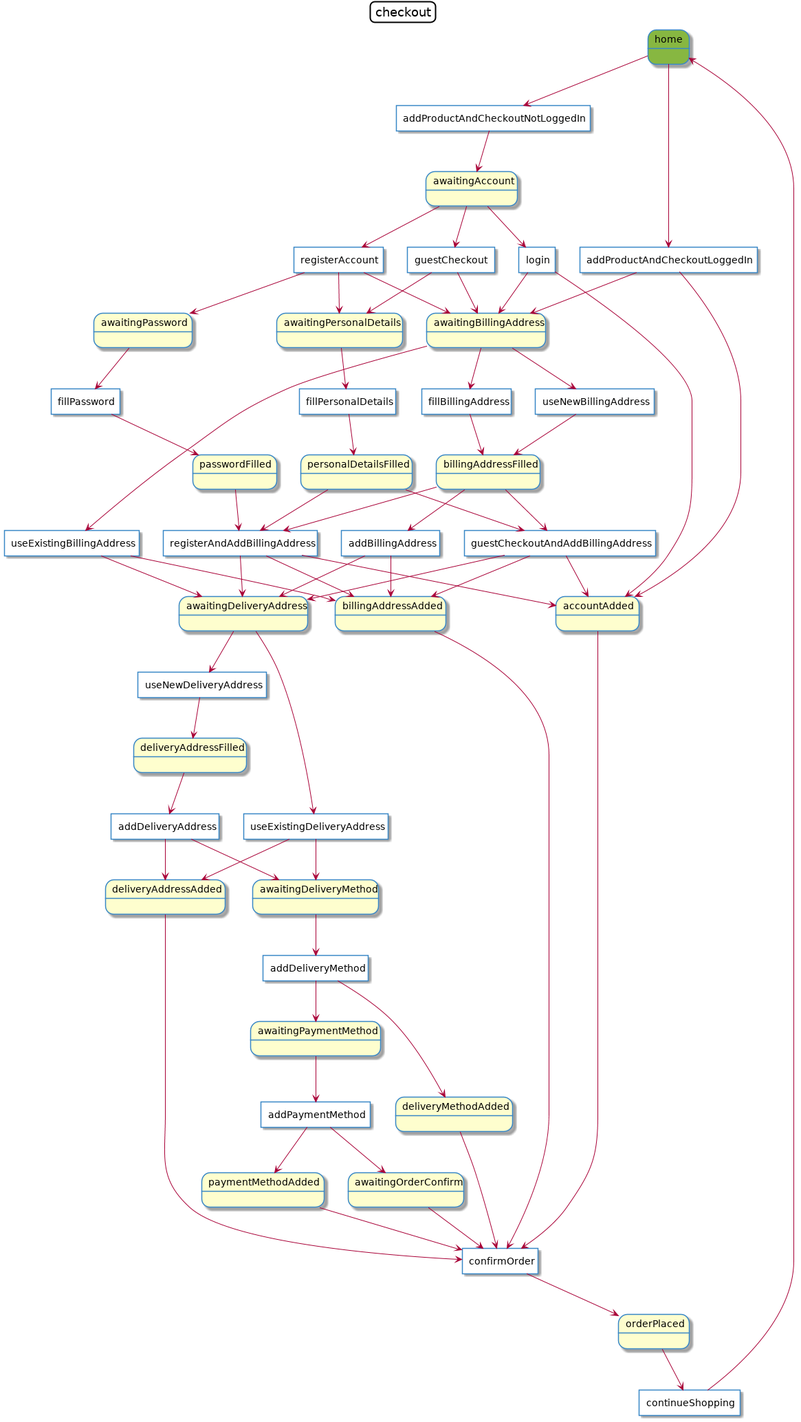
tienvx/mbt-bundle keeps this PlantUML diagram as tests/app/config/packages/test/models/checkout/checkout.puml.png. Above is the earlier version.
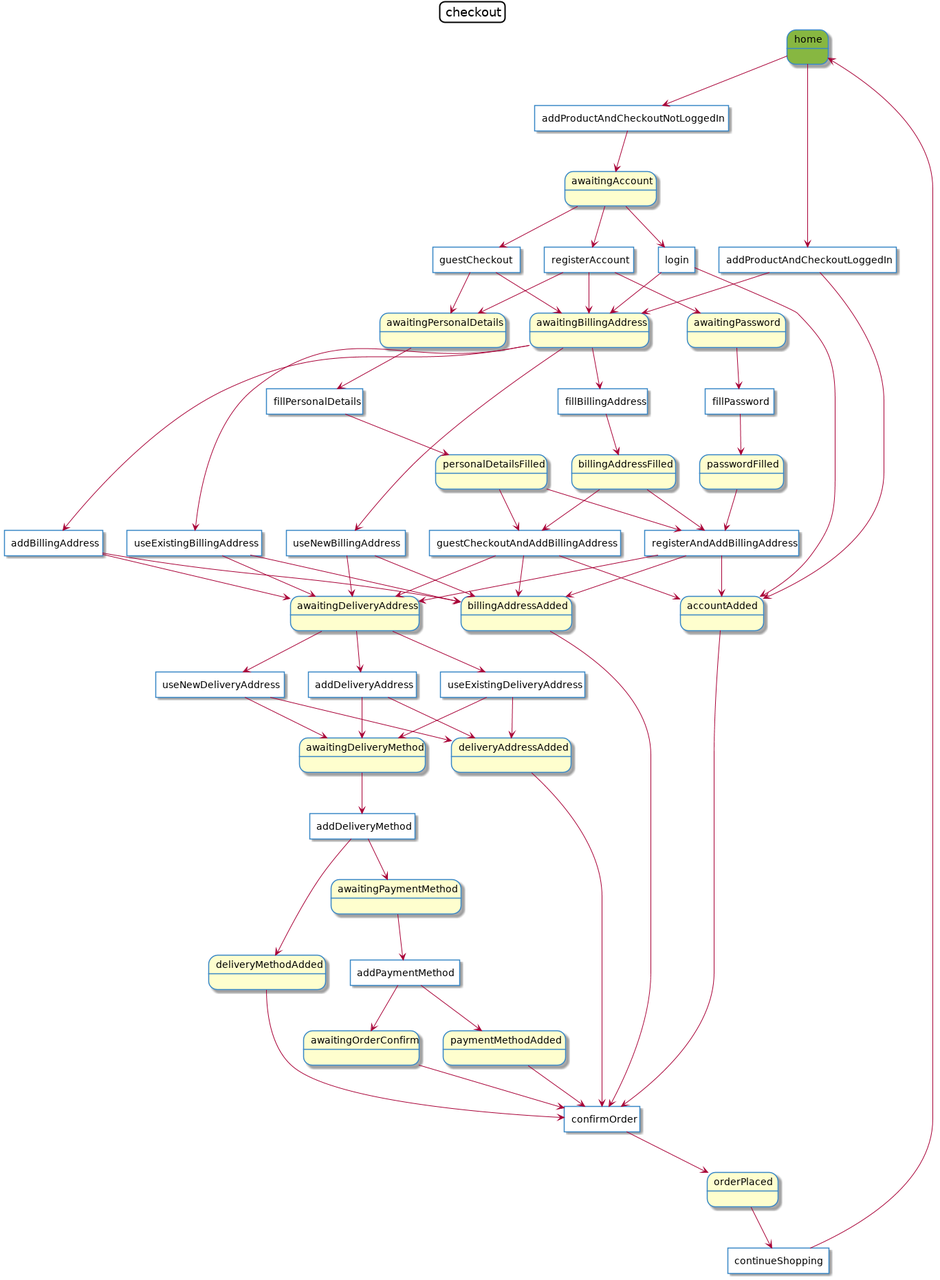
After the change.

Commit message:
Update checkout model

Diff of the diagram source:
```diff
@@ -20,7 +20,6 @@
 state "personalDetailsFilled"
 state "passwordFilled"
 state "billingAddressFilled"
-state "deliveryAddressFilled"
 state "awaitingAccount"
 state "awaitingBillingAddress"
 state "awaitingDeliveryAddress"
@@ -40,10 +39,10 @@
 agent "registerAccount"
 agent "useExistingBillingAddress"
 agent "useNewBillingAddress"
-agent "addBillingAddress"
 agent "fillPersonalDetails"
 agent "fillPassword"
 agent "fillBillingAddress"
+agent "addBillingAddress"
 agent "registerAndAddBillingAddress"
 agent "guestCheckoutAndAddBillingAddress"
 agent "useExistingDeliveryAddress"
@@ -72,16 +71,17 @@
 "useExistingBillingAddress" --> "billingAddressAdded"
 "useExistingBillingAddress" --> "awaitingDeliveryAddress"
 "awaitingBillingAddress" --> "useNewBillingAddress"
-"useNewBillingAddress" --> "billingAddressFilled"
-"billingAddressFilled" --> "addBillingAddress"
-"addBillingAddress" --> "billingAddressAdded"
-"addBillingAddress" --> "awaitingDeliveryAddress"
+"useNewBillingAddress" --> "billingAddressAdded"
+"useNewBillingAddress" --> "awaitingDeliveryAddress"
 "awaitingPersonalDetails" --> "fillPersonalDetails"
 "fillPersonalDetails" --> "personalDetailsFilled"
 "awaitingPassword" --> "fillPassword"
 "fillPassword" --> "passwordFilled"
 "awaitingBillingAddress" --> "fillBillingAddress"
 "fillBillingAddress" --> "billingAddressFilled"
+"awaitingBillingAddress" --> "addBillingAddress"
+"addBillingAddress" --> "billingAddressAdded"
+"addBillingAddress" --> "awaitingDeliveryAddress"
 "personalDetailsFilled" --> "registerAndAddBillingAddress"
 "registerAndAddBillingAddress" --> "accountAdded"
 "registerAndAddBillingAddress" --> "billingAddressAdded"
@@ -97,8 +97,9 @@
 "useExistingDeliveryAddress" --> "deliveryAddressAdded"
 "useExistingDeliveryAddress" --> "awaitingDeliveryMethod"
 "awaitingDeliveryAddress" --> "useNewDeliveryAddress"
-"useNewDeliveryAddress" --> "deliveryAddressFilled"
-"deliveryAddressFilled" --> "addDeliveryAddress"
+"useNewDeliveryAddress" --> "deliveryAddressAdded"
+"useNewDeliveryAddress" --> "awaitingDeliveryMethod"
+"awaitingDeliveryAddress" --> "addDeliveryAddress"
 "addDeliveryAddress" --> "deliveryAddressAdded"
 "addDeliveryAddress" --> "awaitingDeliveryMethod"
 "awaitingDeliveryMethod" --> "addDeliveryMethod"
```
